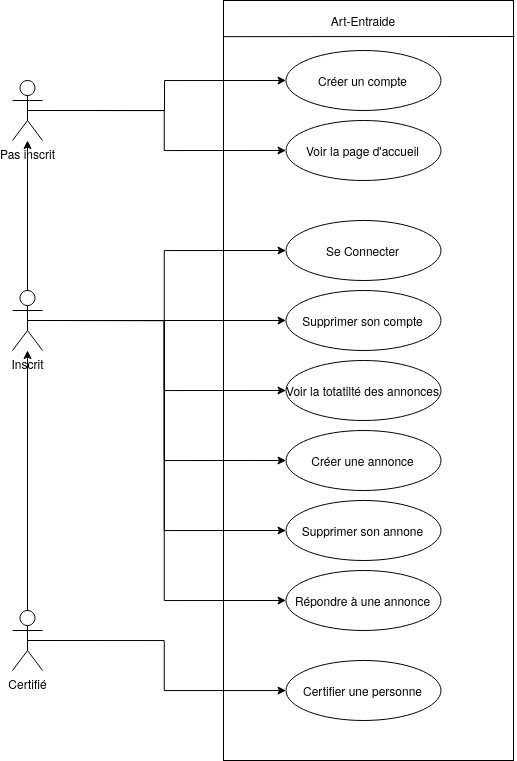
SkavenWannabe/ArtEntraide keeps this draw.io diagram as Conception/DCU.png. Above is the earlier version. Source tidied: cells renumbered, new cells last; positions are measured from the earlier drawing's top-left corner, leaving out a move shared by most shapes.
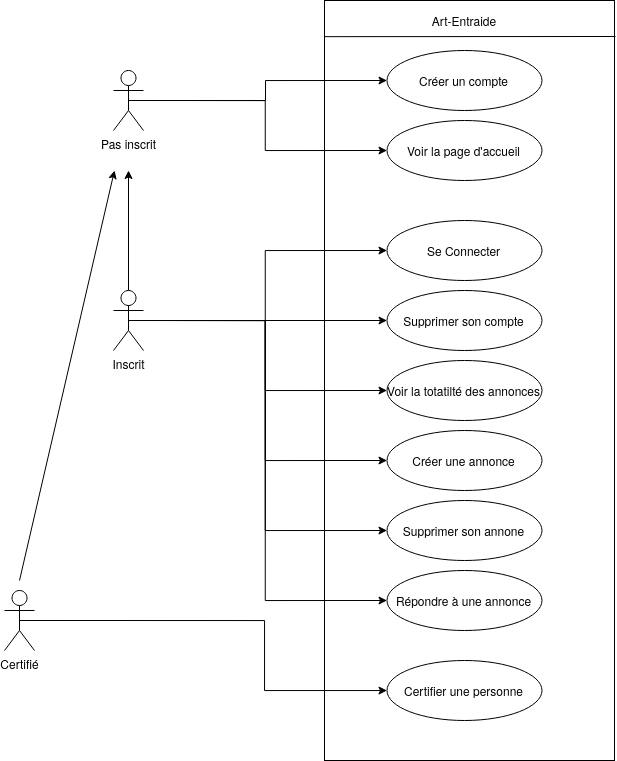
Later version of the same file.

Change to the diagram source:
```diff
@@ -5,13 +5,10 @@
     <mxCell id="2" style="rounded=0;whiteSpace=wrap;html=1;" parent="1" vertex="1">
       <mxGeometry x="211" width="290" height="760" as="geometry" />
     </mxCell>
-    <mxCell id="3" style="edgeStyle=orthogonalEdgeStyle;rounded=0;jettySize=auto;html=1;startArrow=classic;startFill=1;endArrow=none;endFill=0;" parent="1" edge="1" source="6" target="21">
-      <mxGeometry relative="1" as="geometry" />
-    </mxCell>
     <mxCell id="4" style="edgeStyle=orthogonalEdgeStyle;rounded=0;jettySize=auto;html=1;entryX=0;entryY=0.5;entryDx=0;entryDy=0;shadow=0;sketch=0;exitX=0.5;exitY=0.5;exitDx=0;exitDy=0;exitPerimeter=0;" parent="1" edge="1" source="6" target="13">
       <mxGeometry relative="1" as="geometry">
         <Array as="points">
-          <mxPoint x="152" y="110" />
+          <mxPoint x="152" y="100" />
           <mxPoint x="152" y="80" />
         </Array>
       </mxGeometry>
@@ -20,7 +17,7 @@
       <mxGeometry relative="1" as="geometry" />
     </mxCell>
     <mxCell id="6" value="&lt;div&gt;Pas inscrit&lt;br&gt;&lt;/div&gt;&lt;div&gt;&lt;br&gt;&lt;/div&gt;" style="shape=umlActor;verticalLabelPosition=bottom;verticalAlign=top;html=1;outlineConnect=0;" parent="1" vertex="1">
-      <mxGeometry y="80" width="30" height="60" as="geometry" />
+      <mxGeometry y="70" width="30" height="60" as="geometry" />
     </mxCell>
     <mxCell id="7" value="Art-Entraide" style="text;html=1;strokeColor=none;fillColor=none;align=center;verticalAlign=middle;whiteSpace=wrap;rounded=0;" parent="1" vertex="1">
       <mxGeometry x="311" y="10" width="80" height="20" as="geometry" />
@@ -58,9 +55,6 @@
     <mxCell id="18" style="edgeStyle=orthogonalEdgeStyle;rounded=0;sketch=0;jettySize=auto;html=1;exitX=0.5;exitY=0.5;exitDx=0;exitDy=0;exitPerimeter=0;entryX=0;entryY=0.5;entryDx=0;entryDy=0;shadow=0;" parent="1" edge="1" source="21" target="11">
       <mxGeometry relative="1" as="geometry" />
     </mxCell>
-    <mxCell id="19" style="edgeStyle=orthogonalEdgeStyle;rounded=0;sketch=0;jettySize=auto;html=1;shadow=0;startArrow=classic;startFill=1;endArrow=none;endFill=0;" parent="1" edge="1" source="21" target="25">
-      <mxGeometry relative="1" as="geometry" />
-    </mxCell>
     <mxCell id="20" style="edgeStyle=orthogonalEdgeStyle;rounded=0;sketch=0;jettySize=auto;html=1;exitX=0.5;exitY=0.5;exitDx=0;exitDy=0;exitPerimeter=0;entryX=0;entryY=0.5;entryDx=0;entryDy=0;shadow=0;startArrow=none;startFill=0;endArrow=classic;endFill=1;" parent="1" edge="1" source="21" target="12">
       <mxGeometry relative="1" as="geometry" />
     </mxCell>
@@ -74,10 +68,15 @@
       <mxGeometry x="273.5" y="500" width="155" height="60" as="geometry" />
     </mxCell>
     <mxCell id="24" style="edgeStyle=orthogonalEdgeStyle;rounded=0;sketch=0;jettySize=auto;html=1;exitX=0.5;exitY=0.5;exitDx=0;exitDy=0;exitPerimeter=0;shadow=0;startArrow=none;startFill=0;endArrow=classic;endFill=1;" parent="1" edge="1" source="25" target="26">
-      <mxGeometry relative="1" as="geometry" />
+      <mxGeometry relative="1" as="geometry">
+        <Array as="points">
+          <mxPoint x="151" y="620" />
+          <mxPoint x="151" y="690" />
+        </Array>
+      </mxGeometry>
     </mxCell>
     <mxCell id="25" value="&lt;div&gt;Certifié&lt;/div&gt;&lt;div&gt;&lt;br&gt;&lt;/div&gt;" style="shape=umlActor;verticalLabelPosition=bottom;verticalAlign=top;html=1;outlineConnect=0;" parent="1" vertex="1">
-      <mxGeometry y="610" width="30" height="60" as="geometry" />
+      <mxGeometry x="-109" y="590" width="30" height="60" as="geometry" />
     </mxCell>
     <mxCell id="26" value="Certifier une personne" style="ellipse;whiteSpace=wrap;html=1;" parent="1" vertex="1">
       <mxGeometry x="273.5" y="660" width="155" height="60" as="geometry" />
@@ -88,5 +87,16 @@
         <mxPoint x="210.7" y="36.2" as="targetPoint" />
       </mxGeometry>
     </mxCell>
+    <mxCell id="28" style="endArrow=classic;html=1;shadow=0;" parent="1" edge="1">
+      <mxGeometry relative="1" as="geometry">
+        <mxPoint x="-94" y="580" as="sourcePoint" />
+        <mxPoint x="1" y="170" as="targetPoint" />
+      </mxGeometry>
+    </mxCell>
+    <mxCell id="29" style="edgeStyle=orthogonalEdgeStyle;rounded=0;jettySize=auto;html=1;startArrow=classic;startFill=1;endArrow=none;endFill=0;" parent="1" edge="1" target="21">
+      <mxGeometry relative="1" as="geometry">
+        <mxPoint x="15" y="170" as="sourcePoint" />
+      </mxGeometry>
+    </mxCell>
   </root>
 </mxGraphModel>
```
